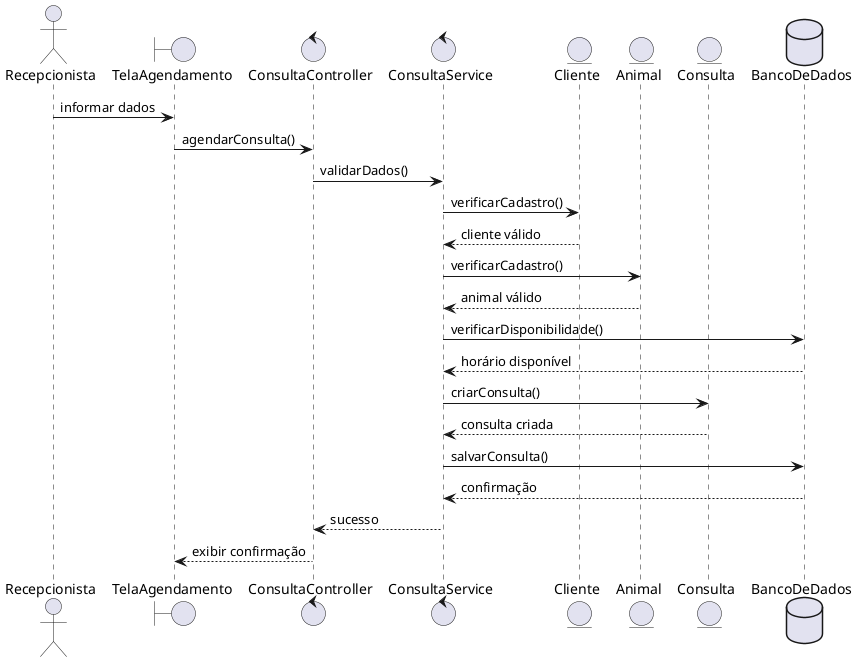
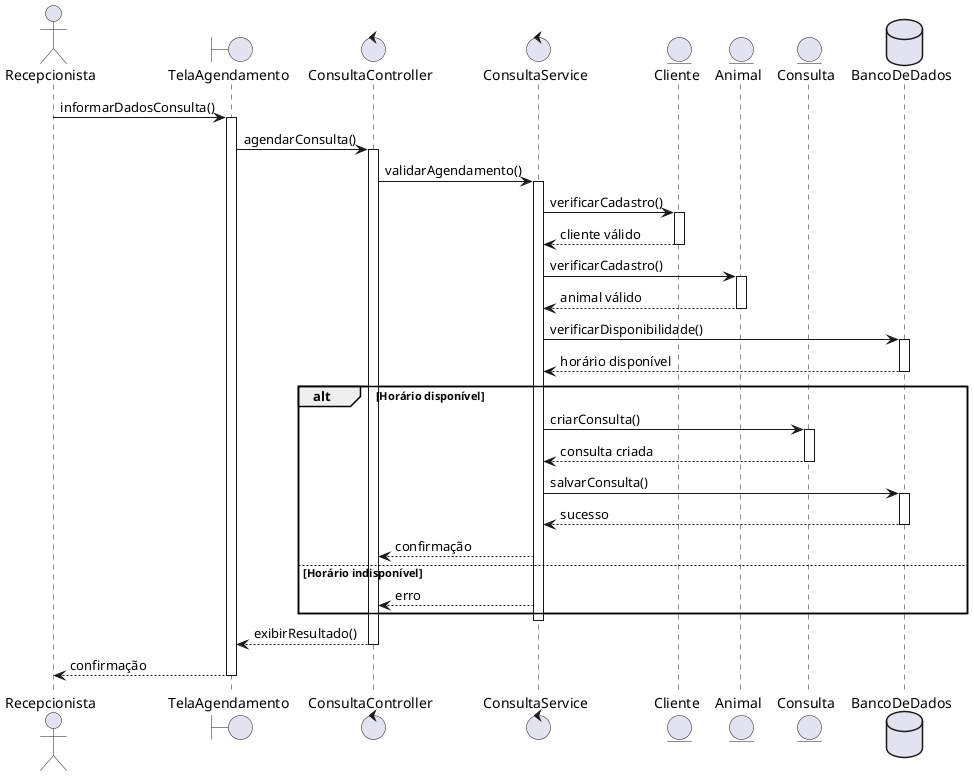
@startuml

actor Recepcionista

boundary TelaAgendamento
control ConsultaController
control ConsultaService
- 
entity Cliente
entity Animal
entity Consulta
- 
database BancoDeDados

- Recepcionista -> TelaAgendamento : informar dados
+ Recepcionista -> TelaAgendamento : informarDadosConsulta()
+ activate TelaAgendamento

TelaAgendamento -> ConsultaController : agendarConsulta()
+ activate ConsultaController

- ConsultaController -> ConsultaService : validarDados()
+ ConsultaController -> ConsultaService : validarAgendamento()
+ activate ConsultaService

ConsultaService -> Cliente : verificarCadastro()
- 
+ activate Cliente
Cliente --> ConsultaService : cliente válido
+ deactivate Cliente

ConsultaService -> Animal : verificarCadastro()
- 
+ activate Animal
Animal --> ConsultaService : animal válido
+ deactivate Animal

ConsultaService -> BancoDeDados : verificarDisponibilidade()
+ activate BancoDeDados
+ BancoDeDados --> ConsultaService : horário disponível
+ deactivate BancoDeDados

- BancoDeDados --> ConsultaService : horário disponível
+ alt Horário disponível

- ConsultaService -> Consulta : criarConsulta()
+     ConsultaService -> Consulta : criarConsulta()
+     activate Consulta

- Consulta --> ConsultaService : consulta criada
+     Consulta --> ConsultaService : consulta criada
+     deactivate Consulta

- ConsultaService -> BancoDeDados : salvarConsulta()
+     ConsultaService -> BancoDeDados : salvarConsulta()
+     activate BancoDeDados

- BancoDeDados --> ConsultaService : confirmação
+     BancoDeDados --> ConsultaService : sucesso
+     deactivate BancoDeDados

- ConsultaService --> ConsultaController : sucesso
+     ConsultaService --> ConsultaController : confirmação

- ConsultaController --> TelaAgendamento : exibir confirmação
+ else Horário indisponível
+ 
+     ConsultaService --> ConsultaController : erro
+ 
+ end
+ 
+ deactivate ConsultaService
+ 
+ ConsultaController --> TelaAgendamento : exibirResultado()
+ deactivate ConsultaController
+ 
+ TelaAgendamento --> Recepcionista : confirmação
+ deactivate TelaAgendamento

@enduml
